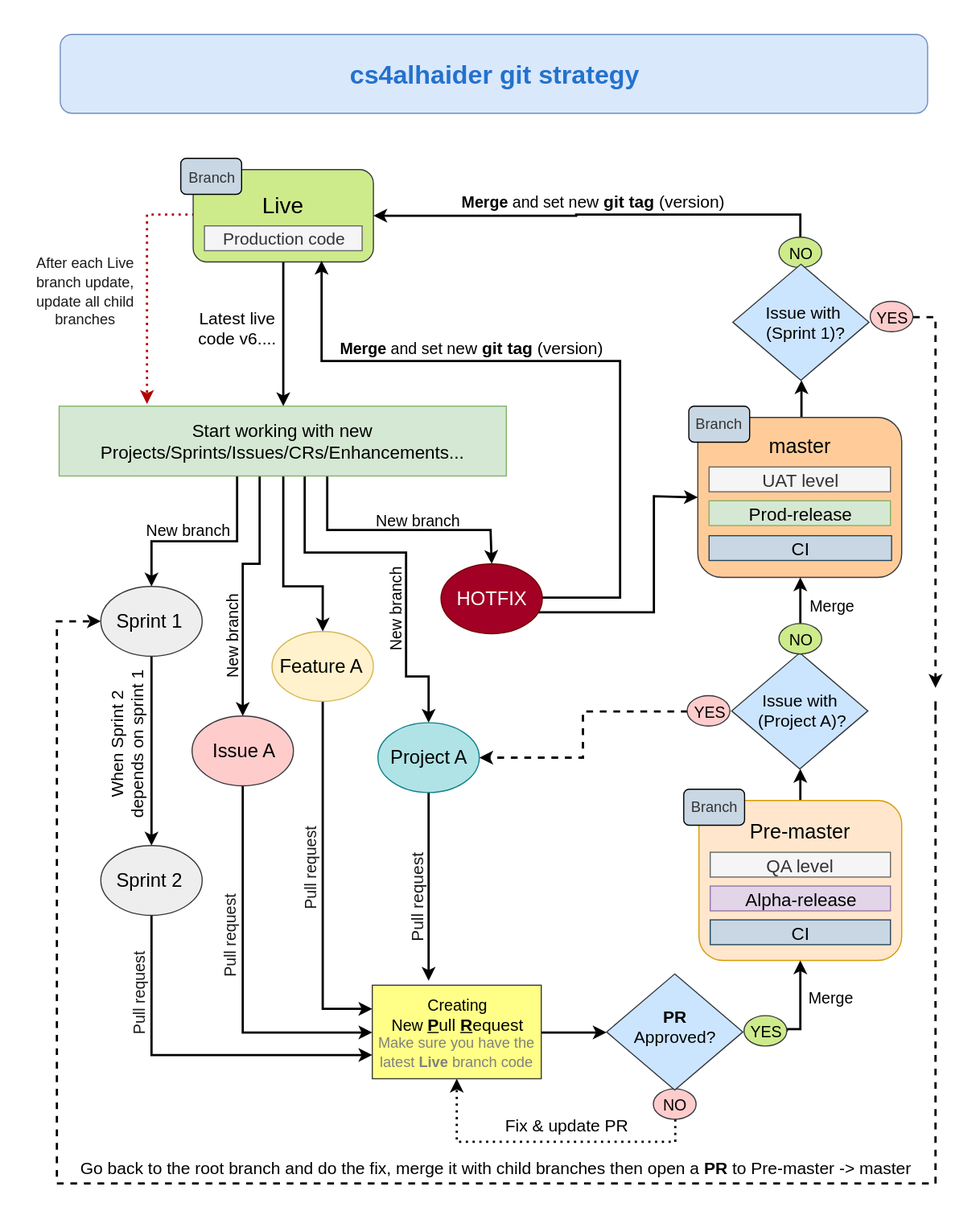
The draw.io diagram cs4alhaider_GitStrategy.svg in cs4alhaider/GitStrategy, before a commit. Source tidied: cells renumbered, new cells last; positions are measured from the earlier drawing's top-left corner, leaving out a move shared by most shapes.
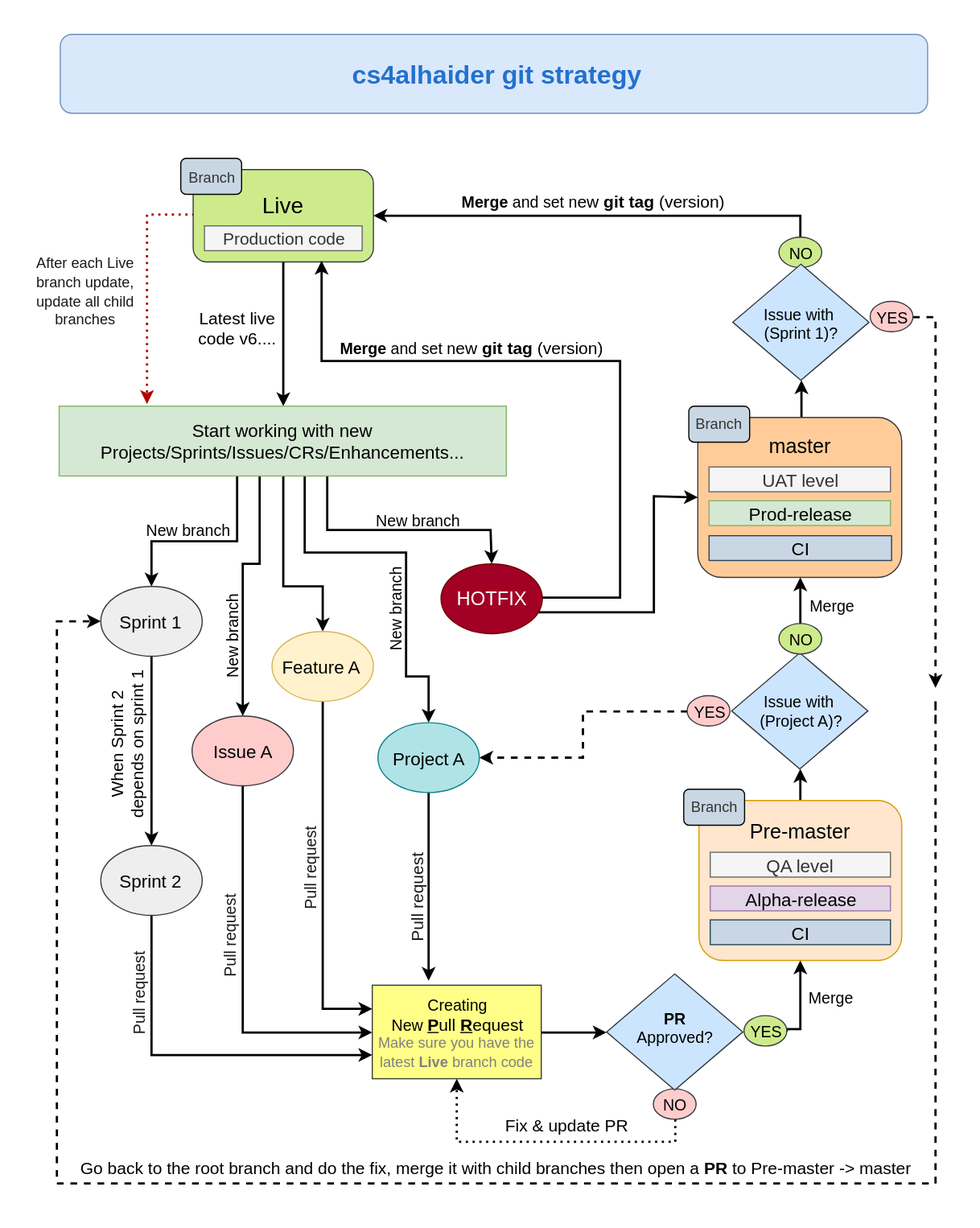
Later version of the same file.

The edit, as a diff of the source:
```diff
@@ -90,7 +90,7 @@
     <mxCell id="16" style="ellipse;whiteSpace=wrap;html=1;strokeWidth=1;fontSize=15;fillColor=#fff2cc;strokeColor=#d6b656;" parent="1" vertex="1">
       <mxGeometry x="211" y="530" width="90" height="62" as="geometry" />
     </mxCell>
-    <mxCell id="17" value="&lt;font style=&quot;font-size: 17px&quot;&gt;Feature A&lt;/font&gt;" style="text;html=1;strokeColor=none;fillColor=none;align=center;verticalAlign=middle;whiteSpace=wrap;rounded=0;fontSize=15;" parent="1" vertex="1">
+    <mxCell id="17" value="&lt;font style=&quot;font-size: 16px&quot;&gt;Feature A&lt;/font&gt;" style="text;html=1;strokeColor=none;fillColor=none;align=center;verticalAlign=middle;whiteSpace=wrap;rounded=0;fontSize=15;" parent="1" vertex="1">
       <mxGeometry x="213" y="550" width="84" height="22" as="geometry" />
     </mxCell>
     <mxCell id="18" style="edgeStyle=orthogonalEdgeStyle;rounded=0;jettySize=auto;html=1;exitX=0.5;exitY=1;exitDx=0;exitDy=0;strokeWidth=2;fontSize=14;fontColor=#E6E6E6;" parent="1" edge="1" source="19" target="43">
@@ -99,7 +99,7 @@
     <mxCell id="19" style="ellipse;whiteSpace=wrap;html=1;strokeWidth=1;fontSize=15;fillColor=#eeeeee;strokeColor=#36393d;" parent="1" vertex="1">
       <mxGeometry x="59" y="490" width="90" height="62" as="geometry" />
     </mxCell>
-    <mxCell id="20" value="&lt;font style=&quot;font-size: 17px&quot;&gt;Sprint 1&lt;/font&gt;" style="text;html=1;strokeColor=none;fillColor=none;align=center;verticalAlign=middle;whiteSpace=wrap;rounded=0;fontSize=15;" parent="1" vertex="1">
+    <mxCell id="20" value="&lt;font style=&quot;font-size: 16px&quot;&gt;Sprint 1&lt;/font&gt;" style="text;html=1;strokeColor=none;fillColor=none;align=center;verticalAlign=middle;whiteSpace=wrap;rounded=0;fontSize=15;" parent="1" vertex="1">
       <mxGeometry x="65" y="510" width="75" height="22" as="geometry" />
     </mxCell>
     <mxCell id="21" style="edgeStyle=orthogonalEdgeStyle;rounded=0;jettySize=auto;html=1;exitX=0.5;exitY=1;exitDx=0;exitDy=0;strokeWidth=2;fontSize=14;fontColor=#E6E6E6;" parent="1" edge="1" source="22">
@@ -110,7 +110,7 @@
     <mxCell id="22" style="ellipse;whiteSpace=wrap;html=1;strokeWidth=1;fontSize=15;fillColor=#b0e3e6;strokeColor=#0e8088;" parent="1" vertex="1">
       <mxGeometry x="305" y="611" width="90" height="62" as="geometry" />
     </mxCell>
-    <mxCell id="23" value="&lt;font style=&quot;font-size: 17px&quot;&gt;Project A&lt;/font&gt;" style="text;html=1;strokeColor=none;fillColor=none;align=center;verticalAlign=middle;whiteSpace=wrap;rounded=0;fontSize=15;" parent="1" vertex="1">
+    <mxCell id="23" value="&lt;font style=&quot;font-size: 16px&quot;&gt;Project A&lt;/font&gt;" style="text;html=1;strokeColor=none;fillColor=none;align=center;verticalAlign=middle;whiteSpace=wrap;rounded=0;fontSize=15;" parent="1" vertex="1">
       <mxGeometry x="312.5" y="631" width="75" height="22" as="geometry" />
     </mxCell>
     <mxCell id="24" style="edgeStyle=orthogonalEdgeStyle;rounded=0;jettySize=auto;html=1;exitX=0.5;exitY=1;exitDx=0;exitDy=0;entryX=0;entryY=0.5;entryDx=0;entryDy=0;strokeWidth=2;fontSize=14;fontColor=#E6E6E6;" parent="1" edge="1" source="25" target="73">
@@ -119,7 +119,7 @@
     <mxCell id="25" style="ellipse;whiteSpace=wrap;html=1;strokeWidth=1;fontSize=15;fillColor=#ffcccc;strokeColor=#36393d;" parent="1" vertex="1">
       <mxGeometry x="140" y="605" width="90" height="62" as="geometry" />
     </mxCell>
-    <mxCell id="26" value="&lt;font style=&quot;font-size: 17px&quot;&gt;Issue A&lt;/font&gt;" style="text;html=1;strokeColor=none;fillColor=none;align=center;verticalAlign=middle;whiteSpace=wrap;rounded=0;fontSize=15;" parent="1" vertex="1">
+    <mxCell id="26" value="&lt;font style=&quot;font-size: 16px&quot;&gt;Issue A&lt;/font&gt;" style="text;html=1;strokeColor=none;fillColor=none;align=center;verticalAlign=middle;whiteSpace=wrap;rounded=0;fontSize=15;" parent="1" vertex="1">
       <mxGeometry x="147.5" y="625" width="75" height="22" as="geometry" />
     </mxCell>
     <mxCell id="27" style="edgeStyle=orthogonalEdgeStyle;rounded=0;jettySize=auto;html=1;exitX=0.5;exitY=0;exitDx=0;exitDy=0;entryX=0.5;entryY=1;entryDx=0;entryDy=0;strokeWidth=2;fontSize=14;fontColor=#E6E6E6;" parent="1" edge="1" source="28" target="52">
@@ -172,7 +172,7 @@
     <mxCell id="39" value="&lt;font color=&quot;#1a1a1a&quot; style=&quot;font-size: 14px&quot;&gt;Pull request&lt;/font&gt;" style="text;html=1;strokeColor=none;fillColor=none;align=center;verticalAlign=middle;whiteSpace=wrap;rounded=0;fontSize=14;fontColor=#E6E6E6;rotation=-90;" parent="1" vertex="1">
       <mxGeometry x="51" y="841" width="83" height="22" as="geometry" />
     </mxCell>
-    <mxCell id="40" value="&lt;font color=&quot;#2372cc&quot;&gt;&lt;span style=&quot;font-size: 23px ; font-weight: 700 ; white-space: normal&quot;&gt;cs4alhaider&amp;nbsp;&lt;/span&gt;&lt;span style=&quot;font-size: 23px ; font-weight: 700 ; white-space: normal&quot;&gt;git strategy&lt;/span&gt;&lt;/font&gt;" style="rounded=1;whiteSpace=wrap;html=1;strokeWidth=1;fontSize=14;fillColor=#dae8fc;strokeColor=#6c8ebf;" parent="1" vertex="1">
+    <mxCell id="40" style="rounded=1;whiteSpace=wrap;html=1;strokeWidth=1;fontSize=14;fillColor=#dae8fc;strokeColor=#6c8ebf;" parent="1" vertex="1">
       <mxGeometry x="23" width="770" height="70" as="geometry" />
     </mxCell>
     <mxCell id="41" value="&lt;font style=&quot;font-size: 15px&quot;&gt;Production code&lt;/font&gt;" style="text;html=1;strokeColor=#666666;fillColor=#f5f5f5;align=center;verticalAlign=middle;whiteSpace=wrap;rounded=0;fontSize=14;fontStyle=0;fontColor=#333333;" parent="1" vertex="1">
@@ -184,7 +184,7 @@
     <mxCell id="43" style="ellipse;whiteSpace=wrap;html=1;strokeWidth=1;fontSize=15;fillColor=#eeeeee;strokeColor=#36393d;" parent="1" vertex="1">
       <mxGeometry x="59" y="720" width="90" height="62" as="geometry" />
     </mxCell>
-    <mxCell id="44" value="&lt;font style=&quot;font-size: 17px&quot;&gt;Sprint 2&lt;/font&gt;" style="text;html=1;strokeColor=none;fillColor=none;align=center;verticalAlign=middle;whiteSpace=wrap;rounded=0;fontSize=15;" parent="1" vertex="1">
+    <mxCell id="44" value="&lt;font style=&quot;font-size: 16px&quot;&gt;Sprint 2&lt;/font&gt;" style="text;html=1;strokeColor=none;fillColor=none;align=center;verticalAlign=middle;whiteSpace=wrap;rounded=0;fontSize=15;" parent="1" vertex="1">
       <mxGeometry x="65" y="740" width="75" height="22" as="geometry" />
     </mxCell>
     <mxCell id="45" value="&lt;font style=&quot;font-size: 15px&quot;&gt;When Sprint 2 depends on sprint 1&lt;/font&gt;" style="text;html=1;strokeColor=none;fillColor=none;align=center;verticalAlign=middle;whiteSpace=wrap;rounded=0;fontSize=14;rotation=-90;" parent="1" vertex="1">
@@ -234,11 +234,15 @@
     <mxCell id="57" value="&lt;font style=&quot;font-size: 14px&quot; color=&quot;#000000&quot;&gt;NO&lt;/font&gt;" style="ellipse;whiteSpace=wrap;html=1;strokeWidth=1;fontSize=14;fillColor=#cdeb8b;strokeColor=#36393d;" parent="1" vertex="1">
       <mxGeometry x="661" y="523" width="38" height="27" as="geometry" />
     </mxCell>
-    <mxCell id="58" value="&lt;font color=&quot;#000000&quot; style=&quot;color: rgb(0 , 0 , 0) ; font-size: 15px&quot;&gt;Issue with&amp;nbsp;&lt;br&gt;(&lt;/font&gt;&lt;span style=&quot;color: rgb(0 , 0 , 0) ; font-size: 15px&quot;&gt;Project A&lt;/span&gt;&lt;font color=&quot;#000000&quot; style=&quot;color: rgb(0 , 0 , 0) ; font-size: 15px&quot;&gt;)?&lt;/font&gt;" style="text;html=1;strokeColor=none;fillColor=none;align=center;verticalAlign=middle;whiteSpace=wrap;rounded=0;fontSize=14;fontColor=#E6E6E6;" parent="1" vertex="1">
+    <mxCell id="58" value="&lt;font style=&quot;font-size: 14px&quot;&gt;&lt;font color=&quot;#000000&quot; style=&quot;color: rgb(0 , 0 , 0) ; font-size: 14px&quot;&gt;Issue with&amp;nbsp;&lt;br&gt;(&lt;/font&gt;&lt;span style=&quot;color: rgb(0 , 0 , 0)&quot;&gt;Project A&lt;/span&gt;&lt;font color=&quot;#000000&quot; style=&quot;color: rgb(0 , 0 , 0) ; font-size: 14px&quot;&gt;)?&lt;/font&gt;&lt;/font&gt;" style="text;html=1;strokeColor=none;fillColor=none;align=center;verticalAlign=middle;whiteSpace=wrap;rounded=0;fontSize=14;fontColor=#E6E6E6;" parent="1" vertex="1">
       <mxGeometry x="635.5" y="579.5" width="90" height="41" as="geometry" />
     </mxCell>
     <mxCell id="59" style="edgeStyle=orthogonalEdgeStyle;rounded=0;jettySize=auto;html=1;exitX=0.5;exitY=0;exitDx=0;exitDy=0;entryX=1;entryY=0.5;entryDx=0;entryDy=0;strokeWidth=2;fontSize=14;fontColor=#E6E6E6;" parent="1" edge="1" source="60" target="4">
-      <mxGeometry relative="1" as="geometry" />
+      <mxGeometry relative="1" as="geometry">
+        <Array as="points">
+          <mxPoint x="680" y="161" />
+        </Array>
+      </mxGeometry>
     </mxCell>
     <mxCell id="60" value="&lt;font style=&quot;font-size: 14px&quot; color=&quot;#000000&quot;&gt;NO&lt;/font&gt;" style="ellipse;whiteSpace=wrap;html=1;strokeWidth=1;fontSize=14;fillColor=#cdeb8b;strokeColor=#36393d;" parent="1" vertex="1">
       <mxGeometry x="661" y="180" width="38" height="27" as="geometry" />
@@ -254,8 +258,8 @@
     <mxCell id="63" style="rhombus;whiteSpace=wrap;html=1;strokeWidth=1;fontSize=14;fillColor=#cce5ff;strokeColor=#36393d;" parent="1" vertex="1">
       <mxGeometry x="620" y="204" width="121" height="103" as="geometry" />
     </mxCell>
-    <mxCell id="64" value="&lt;font color=&quot;#000000&quot; style=&quot;color: rgb(0 , 0 , 0) ; font-size: 15px&quot;&gt;Issue with&amp;nbsp;&lt;br&gt;(&lt;/font&gt;&lt;span style=&quot;color: rgb(0 , 0 , 0) ; font-size: 15px&quot;&gt;Sprint 1&lt;/span&gt;&lt;font color=&quot;#000000&quot; style=&quot;color: rgb(0 , 0 , 0) ; font-size: 15px&quot;&gt;)?&lt;/font&gt;" style="text;html=1;strokeColor=none;fillColor=none;align=center;verticalAlign=middle;whiteSpace=wrap;rounded=0;fontSize=14;fontColor=#E6E6E6;" parent="1" vertex="1">
-      <mxGeometry x="643.5" y="233.5" width="80" height="44" as="geometry" />
+    <mxCell id="64" value="&lt;font style=&quot;font-size: 14px&quot;&gt;&lt;font color=&quot;#000000&quot; style=&quot;color: rgb(0 , 0 , 0) ; font-size: 14px&quot;&gt;Issue with&amp;nbsp;&lt;br&gt;(&lt;/font&gt;&lt;span style=&quot;color: rgb(0 , 0 , 0)&quot;&gt;Sprint 1&lt;/span&gt;&lt;font color=&quot;#000000&quot; style=&quot;color: rgb(0 , 0 , 0) ; font-size: 14px&quot;&gt;)?&lt;/font&gt;&lt;/font&gt;" style="text;html=1;strokeColor=none;fillColor=none;align=center;verticalAlign=middle;whiteSpace=wrap;rounded=0;fontSize=14;fontColor=#E6E6E6;" parent="1" vertex="1">
+      <mxGeometry x="639.5" y="233.5" width="80" height="44" as="geometry" />
     </mxCell>
     <mxCell id="65" value="&lt;font style=&quot;font-size: 15px&quot; color=&quot;#000000&quot;&gt;Go back to the root branch and do the fix, merge it with child branches then open a &lt;b&gt;PR&lt;/b&gt; to Pre-master -&amp;gt; master&lt;/font&gt;" style="text;html=1;strokeColor=none;fillColor=none;align=center;verticalAlign=middle;whiteSpace=wrap;rounded=0;fontSize=14;fontColor=#E6E6E6;" parent="1" vertex="1">
       <mxGeometry x="30" y="995" width="760" height="22" as="geometry" />
@@ -279,7 +283,7 @@
     <mxCell id="70" value="&lt;font style=&quot;font-size: 14px&quot; color=&quot;#000000&quot;&gt;YES&lt;/font&gt;" style="ellipse;whiteSpace=wrap;html=1;strokeWidth=1;fontSize=14;fillColor=#cdeb8b;strokeColor=#36393d;" parent="1" vertex="1">
       <mxGeometry x="630" y="871" width="38" height="27" as="geometry" />
     </mxCell>
-    <mxCell id="71" value="&lt;font color=&quot;#000000&quot;&gt;&lt;span style=&quot;font-size: 15px&quot;&gt;&lt;b&gt;PR&lt;/b&gt; Approved?&lt;/span&gt;&lt;/font&gt;" style="text;html=1;strokeColor=none;fillColor=none;align=center;verticalAlign=middle;whiteSpace=wrap;rounded=0;fontSize=14;fontColor=#E6E6E6;" parent="1" vertex="1">
+    <mxCell id="71" value="&lt;font color=&quot;#000000&quot; style=&quot;font-size: 14px&quot;&gt;&lt;span&gt;&lt;b&gt;PR&lt;/b&gt; Approved?&lt;/span&gt;&lt;/font&gt;" style="text;html=1;strokeColor=none;fillColor=none;align=center;verticalAlign=middle;whiteSpace=wrap;rounded=0;fontSize=14;fontColor=#E6E6E6;" parent="1" vertex="1">
       <mxGeometry x="528.5" y="861" width="80" height="39" as="geometry" />
     </mxCell>
     <mxCell id="72" style="edgeStyle=orthogonalEdgeStyle;rounded=0;jettySize=auto;html=1;exitX=1;exitY=0.5;exitDx=0;exitDy=0;entryX=0;entryY=0.5;entryDx=0;entryDy=0;strokeWidth=2;fontSize=14;fontColor=#E6E6E6;" parent="1" edge="1" source="73" target="68">
@@ -339,5 +343,8 @@
     <mxCell id="90" value="&lt;font color=&quot;#333333&quot; style=&quot;font-size: 13px&quot;&gt;Branch&lt;/font&gt;" style="text;html=1;strokeColor=none;fillColor=none;align=center;verticalAlign=middle;whiteSpace=wrap;rounded=0;fontSize=14;fontColor=#E6E6E6;" parent="1" vertex="1">
       <mxGeometry x="596" y="674" width="15" height="22" as="geometry" />
     </mxCell>
+    <mxCell id="91" value="&lt;span style=&quot;color: rgb(35 , 114 , 204) ; font-size: 23px ; font-weight: 700&quot;&gt;cs4alhaider&amp;nbsp;&lt;/span&gt;&lt;span style=&quot;color: rgb(35 , 114 , 204) ; font-size: 23px ; font-weight: 700&quot;&gt;git strategy&lt;/span&gt;" style="text;html=1;strokeColor=none;fillColor=none;align=center;verticalAlign=middle;whiteSpace=wrap;rounded=0;" parent="1" vertex="1">
+      <mxGeometry x="30" y="20" width="760" height="30" as="geometry" />
+    </mxCell>
   </root>
 </mxGraphModel>
```
